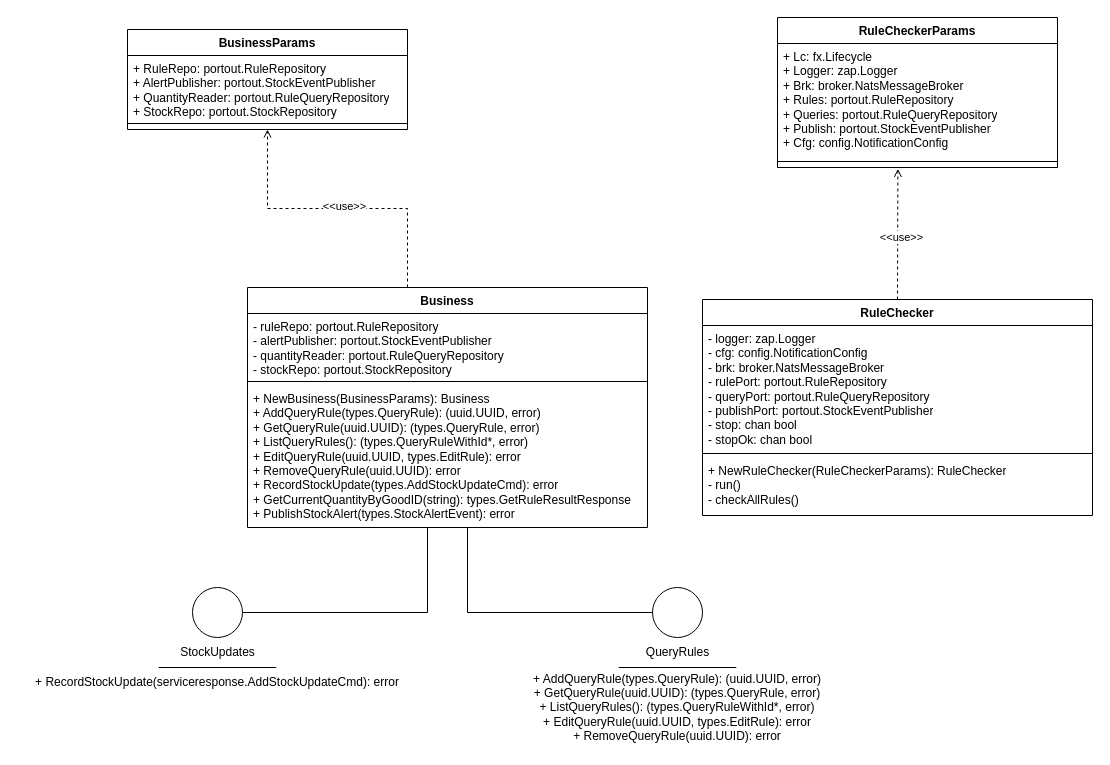
Earlier version of the draw.io diagram page "business" (3 of 4) of assets/drawio/notification.drawio (alimitedgroup/alimitedgroup.github.io). Source tidied: cells renumbered, new cells numbered last; positions are measured from the earlier drawing's top-left corner, leaving out a move shared by most shapes. Both pictures are drawn from the tidied source at 100%, with x=0, y=0 at pixel (17, 17).
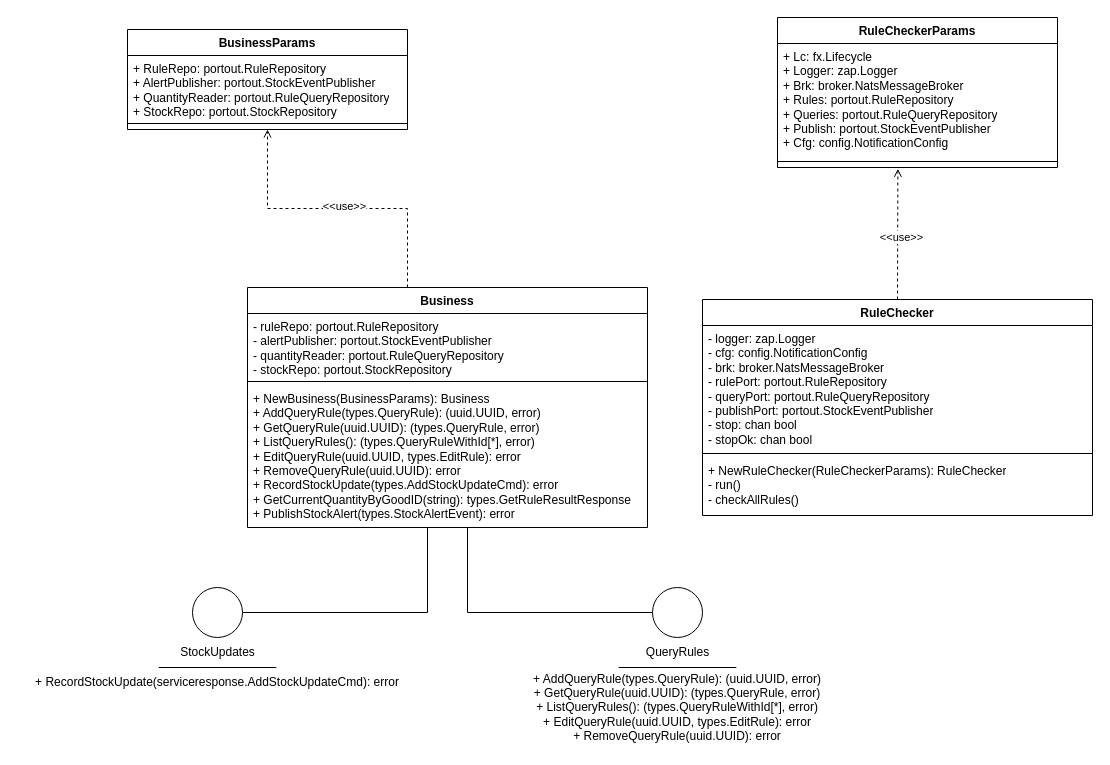
After the change.

The change refers to these unchanged cells:
```xml
<mxCell id="4" value="Business" style="swimlane;fontStyle=1;align=center;verticalAlign=top;horizontal=1;startSize=26;whiteSpace=wrap;html=1;" parent="1" vertex="1">
  <mxGeometry x="230" y="270" width="400" height="240" as="geometry" />
</mxCell>
```

What changed in the source:
```diff
@@
-    <mxCell id="7" value="+ NewBusiness(BusinessParams): Business&lt;br&gt;+ AddQueryRule(types.QueryRule): (uuid.UUID, error)&lt;br&gt;+ GetQueryRule(uuid.UUID): (types.QueryRule, error)&lt;br&gt;+ ListQueryRules(): (types.QueryRuleWithId*, error)&lt;br&gt;+ EditQueryRule(uuid.UUID, types.EditRule): error&lt;br&gt;+ RemoveQueryRule(uuid.UUID): error&lt;br&gt;+ RecordStockUpdate(types.AddStockUpdateCmd): error&lt;br&gt;+ GetCurrentQuantityByGoodID(string): types.GetRuleResultResponse&lt;br&gt;+ PublishStockAlert(types.StockAlertEvent): error" style="text;strokeColor=none;fillColor=none;align=left;verticalAlign=top;spacingLeft=4;spacingRight=4;overflow=hidden;whiteSpace=wrap;html=1;" parent="4" vertex="1">
+    <mxCell id="7" value="+ NewBusiness(BusinessParams): Business&lt;br&gt;+ AddQueryRule(types.QueryRule): (uuid.UUID, error)&lt;br&gt;+ GetQueryRule(uuid.UUID): (types.QueryRule, error)&lt;br&gt;+ ListQueryRules(): (types.QueryRuleWithId[*], error)&lt;br&gt;+ EditQueryRule(uuid.UUID, types.EditRule): error&lt;br&gt;+ RemoveQueryRule(uuid.UUID): error&lt;br&gt;+ RecordStockUpdate(types.AddStockUpdateCmd): error&lt;br&gt;+ GetCurrentQuantityByGoodID(string): types.GetRuleResultResponse&lt;br&gt;+ PublishStockAlert(types.StockAlertEvent): error" style="text;strokeColor=none;fillColor=none;align=left;verticalAlign=top;spacingLeft=4;spacingRight=4;overflow=hidden;whiteSpace=wrap;html=1;" parent="4" vertex="1">
       <mxGeometry y="98" width="400" height="142" as="geometry" />
     </mxCell>
@@
-    <mxCell id="16" value="+ AddQueryRule(types.QueryRule): (uuid.UUID, error)&lt;br&gt;+ GetQueryRule(uuid.UUID): (types.QueryRule, error)&lt;br&gt;+ ListQueryRules(): (types.QueryRuleWithId*, error)&lt;br&gt;+ EditQueryRule(uuid.UUID, types.EditRule): error&lt;br&gt;+ RemoveQueryRule(uuid.UUID): error" style="text;html=1;align=center;verticalAlign=middle;whiteSpace=wrap;rounded=0;" parent="1" vertex="1">
+    <mxCell id="16" value="+ AddQueryRule(types.QueryRule): (uuid.UUID, error)&lt;br&gt;+ GetQueryRule(uuid.UUID): (types.QueryRule, error)&lt;br&gt;+ ListQueryRules(): (types.QueryRuleWithId[*], error)&lt;br&gt;+ EditQueryRule(uuid.UUID, types.EditRule): error&lt;br&gt;+ RemoveQueryRule(uuid.UUID): error" style="text;html=1;align=center;verticalAlign=middle;whiteSpace=wrap;rounded=0;" parent="1" vertex="1">
       <mxGeometry x="460" y="650" width="400" height="80" as="geometry" />
     </mxCell>
```
